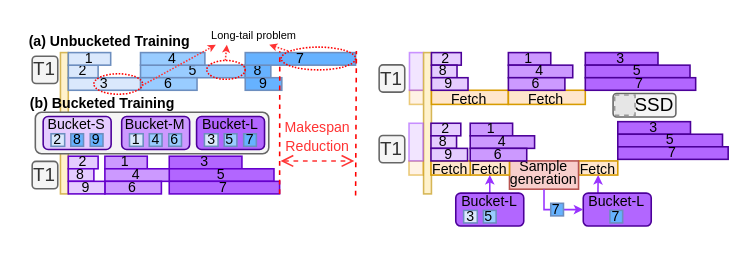
Before: 7.14心脏矢量图/design_slot.drawio in GoodMorningSir/My_drawioPicture, a draw.io diagram. Source tidied: cells renumbered, new cells numbered last; positions are measured from the earlier drawing's top-left corner, leaving out a move shared by most shapes. Both pictures are drawn from the tidied source at 157%, with x=0, y=0 at pixel (27, 27). Pictures stored in the file or linked from it are replaced by grey dashed boxes.
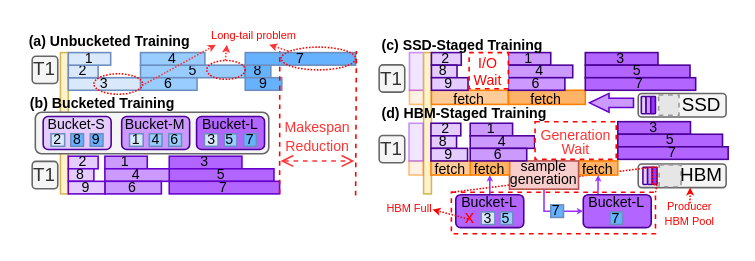
The same diagram, later.

The change refers to these unchanged cells:
```xml
<mxCell id="8" style="group;" parent="1" vertex="1">
  <mxGeometry x="243.3" y="16" width="9" height="33" as="geometry" />
</mxCell>
<mxCell id="80" style="group;" parent="1" vertex="1">
  <mxGeometry x="243" y="61" width="9" height="33" as="geometry" />
</mxCell>
<mxCell id="96" value="&lt;font style=&quot;font-size: 9px;&quot;&gt;Bucket-L&lt;/font&gt;" style="text;html=1;whiteSpace=wrap;strokeColor=none;fillColor=none;align=center;verticalAlign=middle;rounded=0;" parent="94" vertex="1">
  <mxGeometry width="43.3" height="8" as="geometry" />
</mxCell>
<mxCell id="100" style="rounded=1;whiteSpace=wrap;html=1;fontSize=9;strokeColor=#4C0099;fillColor=#B266FF;" parent="99" vertex="1">
  <mxGeometry width="43.3" height="21" as="geometry" />
</mxCell>
<mxCell id="101" value="&lt;font style=&quot;font-size: 9px;&quot;&gt;Bucket-L&lt;/font&gt;" style="text;html=1;whiteSpace=wrap;strokeColor=none;fillColor=none;align=center;verticalAlign=middle;rounded=0;" parent="99" vertex="1">
  <mxGeometry width="43.3" height="8" as="geometry" />
</mxCell>
```

The edit, as a diff of the source:
```diff
@@
+    <mxCell id="105" style="rounded=1;whiteSpace=wrap;html=1;fillColor=#f5f5f5;fontColor=#333333;strokeColor=#666666;" parent="1" vertex="1">
+      <mxGeometry x="389" y="87" width="56" height="15" as="geometry" />
+    </mxCell>
+    <mxCell id="106" style="fillColor=#E6E6E6;strokeColor=#999999;dashed=1;html=1;verticalAlign=top;verticalLabelPosition=bottom;labelBackgroundColor=#ffffff;" parent="1" vertex="1">
+      <mxGeometry x="402.3" y="87.5" width="14" height="14" as="geometry" />
+    </mxCell>
+    <mxCell id="107" value="HBM" style="text;html=1;whiteSpace=wrap;strokeColor=none;fillColor=none;align=center;verticalAlign=middle;rounded=0;" parent="1" vertex="1">
+      <mxGeometry x="415" y="89" width="29" height="10" as="geometry" />
+    </mxCell>
+    <mxCell id="108" style="group;" parent="1" vertex="1">
+      <mxGeometry x="392" y="89" width="9" height="11" as="geometry" />
+    </mxCell>
+    <mxCell id="109" style="rounded=1;whiteSpace=wrap;html=1;fontSize=9;strokeColor=#4C0099;fillColor=#E5CCFF;" parent="108" vertex="1">
+      <mxGeometry width="3" height="11" as="geometry" />
+    </mxCell>
+    <mxCell id="110" style="rounded=1;whiteSpace=wrap;html=1;fontSize=9;strokeColor=#4C0099;fillColor=#CC99FF;" parent="108" vertex="1">
+      <mxGeometry x="3" width="3" height="11" as="geometry" />
+    </mxCell>
+    <mxCell id="111" style="rounded=1;whiteSpace=wrap;html=1;fontSize=9;strokeColor=#4C0099;fillColor=#9933FF;" parent="108" vertex="1">
+      <mxGeometry x="6" width="3" height="11" as="geometry" />
+    </mxCell>
+    <mxCell id="112" style="rounded=1;whiteSpace=wrap;html=1;fontSize=9;strokeColor=#FF0000;fillColor=none;dashed=1;dashPattern=1 1;" parent="108" vertex="1">
+      <mxGeometry x="6" width="3" height="11" as="geometry" />
+    </mxCell>
+    <mxCell id="113" style="endArrow=none;html=1;rounded=0;dashed=1;dashPattern=1 1;strokeColor=#FF0000;" parent="1" edge="1">
+      <mxGeometry relative="1" as="geometry">
+        <mxPoint x="270" y="105" as="sourcePoint" />
+        <mxPoint x="398" y="89" as="targetPoint" />
+      </mxGeometry>
+    </mxCell>
+    <mxCell id="114" style="rounded=0;whiteSpace=wrap;html=1;dashed=1;fillColor=none;strokeColor=#FF0000;" parent="1" vertex="1">
+      <mxGeometry x="270" y="105" width="130" height="26.4" as="geometry" />
+    </mxCell>
-    <mxCell id="2" value="&lt;div style=&quot;line-height: 70%;&quot;&gt;&lt;span style=&quot;font-size: 9px; background-color: transparent; color: light-dark(rgb(0, 0, 0), rgb(255, 255, 255));&quot;&gt;Fetch&lt;/span&gt;&lt;/div&gt;" style="text;html=1;whiteSpace=wrap;strokeColor=#d79b00;fillColor=#ffe6cc;align=center;verticalAlign=middle;rounded=0;" parent="1" vertex="1">
+    <mxCell id="2" value="&lt;div style=&quot;line-height: 70%;&quot;&gt;&lt;span style=&quot;font-size: 9px; background-color: transparent; color: light-dark(rgb(0, 0, 0), rgb(255, 255, 255));&quot;&gt;fetch&lt;/span&gt;&lt;/div&gt;" style="text;html=1;whiteSpace=wrap;strokeColor=#FF8000;fillColor=#FFB366;align=center;verticalAlign=middle;rounded=0;" parent="1" vertex="1">
       <mxGeometry x="351" y="85" width="25" height="9" as="geometry" />
     </mxCell>
-    <mxCell id="3" style="endArrow=classic;html=1;rounded=0;exitX=0.216;exitY=0.02;exitDx=0;exitDy=0;entryX=0.5;entryY=1;entryDx=0;entryDy=0;endSize=3;strokeColor=#9933FF;exitPerimeter=0;" parent="1" edge="1" source="101" target="2">
+    <mxCell id="3" style="endArrow=classic;html=1;rounded=0;exitX=0.216;exitY=0.02;exitDx=0;exitDy=0;entryX=0.5;entryY=1;entryDx=0;entryDy=0;endSize=1;strokeColor=#9933FF;exitPerimeter=0;strokeWidth=1;" parent="1" edge="1" source="101" target="2">
       <mxGeometry relative="1" as="geometry" />
     </mxCell>
-    <mxCell id="4" style="group;" parent="1" vertex="1">
-      <mxGeometry x="307" y="82" width="44" height="21" as="geometry" />
-    </mxCell>
-    <mxCell id="5" value="&lt;div style=&quot;line-height: 70%;&quot;&gt;&lt;br&gt;&lt;/div&gt;" style="text;html=1;whiteSpace=wrap;strokeColor=#b85450;fillColor=#f8cecc;align=center;verticalAlign=middle;rounded=0;" parent="4" vertex="1">
-      <mxGeometry y="3" width="44" height="18" as="geometry" />
-    </mxCell>
-    <mxCell id="6" value="&lt;div style=&quot;line-height: 60%;&quot;&gt;&lt;font style=&quot;font-size: 9px; line-height: 60%;&quot;&gt;Sample&lt;/font&gt;&lt;div&gt;&lt;font style=&quot;font-size: 9px; line-height: 60%;&quot;&gt;generation&lt;/font&gt;&lt;/div&gt;&lt;/div&gt;" style="text;html=1;whiteSpace=wrap;strokeColor=none;fillColor=none;align=center;verticalAlign=middle;rounded=0;" parent="4" vertex="1">
-      <mxGeometry x="1" width="42" height="19" as="geometry" />
-    </mxCell>
-    <mxCell id="7" value="&lt;div style=&quot;line-height: 70%;&quot;&gt;&lt;span style=&quot;font-size: 9px; background-color: transparent; color: light-dark(rgb(0, 0, 0), rgb(255, 255, 255));&quot;&gt;Fetch&lt;/span&gt;&lt;/div&gt;" style="text;html=1;whiteSpace=wrap;strokeColor=#d79b00;fillColor=#ffe6cc;align=center;verticalAlign=middle;rounded=0;" parent="1" vertex="1">
-      <mxGeometry x="282" y="85" width="25" height="9" as="geometry" />
-    </mxCell>
@@
-    <mxCell id="9" value="&lt;div style=&quot;line-height: 70%;&quot;&gt;&lt;br&gt;&lt;/div&gt;" style="text;html=1;whiteSpace=wrap;strokeColor=#d79b00;fillColor=#ffe6cc;align=center;verticalAlign=middle;rounded=0;opacity=50;" parent="8" vertex="1">
+    <mxCell id="9" value="&lt;div style=&quot;line-height: 70%;&quot;&gt;&lt;br&gt;&lt;/div&gt;" style="text;html=1;whiteSpace=wrap;strokeColor=#FF8000;fillColor=#FFE6CC;align=center;verticalAlign=middle;rounded=0;opacity=50;" parent="8" vertex="1">
       <mxGeometry y="24" width="9" height="9" as="geometry" />
     </mxCell>
@@
-    <mxCell id="38" value="Long-tail problem" style="text;html=1;whiteSpace=wrap;strokeColor=none;fillColor=none;align=center;verticalAlign=middle;rounded=0;fontSize=7;" parent="1" vertex="1">
+    <mxCell id="38" value="Long-tail problem" style="text;html=1;whiteSpace=wrap;strokeColor=none;fillColor=none;align=center;verticalAlign=middle;rounded=0;fontSize=7;fontColor=#FF0000;" parent="1" vertex="1">
       <mxGeometry x="115" width="59.3" height="11" as="geometry" />
     </mxCell>
@@
-    <mxCell id="65" value="&lt;div style=&quot;line-height: 70%;&quot;&gt;&lt;span style=&quot;font-size: 9px; background-color: transparent; color: light-dark(rgb(0, 0, 0), rgb(255, 255, 255));&quot;&gt;Fetch&lt;/span&gt;&lt;/div&gt;" style="text;html=1;whiteSpace=wrap;strokeColor=#d79b00;fillColor=#ffe6cc;align=center;verticalAlign=middle;rounded=0;" parent="1" vertex="1">
+    <mxCell id="65" value="&lt;div style=&quot;line-height: 70%;&quot;&gt;&lt;span style=&quot;font-size: 9px; background-color: transparent; color: light-dark(rgb(0, 0, 0), rgb(255, 255, 255));&quot;&gt;fetch&lt;/span&gt;&lt;/div&gt;" style="text;html=1;whiteSpace=wrap;strokeColor=#FF8000;fillColor=#FFCC99;align=center;verticalAlign=middle;rounded=0;" parent="1" vertex="1">
       <mxGeometry x="257.3" y="40" width="49" height="9" as="geometry" />
     </mxCell>
-    <mxCell id="66" value="&lt;div style=&quot;line-height: 70%;&quot;&gt;&lt;span style=&quot;font-size: 9px; background-color: transparent; color: light-dark(rgb(0, 0, 0), rgb(255, 255, 255));&quot;&gt;Fetch&lt;/span&gt;&lt;/div&gt;" style="text;html=1;whiteSpace=wrap;strokeColor=#d79b00;fillColor=#ffe6cc;align=center;verticalAlign=middle;rounded=0;" parent="1" vertex="1">
+    <mxCell id="66" value="&lt;div style=&quot;line-height: 70%;&quot;&gt;&lt;span style=&quot;font-size: 9px; background-color: transparent; color: light-dark(rgb(0, 0, 0), rgb(255, 255, 255));&quot;&gt;fetch&lt;/span&gt;&lt;/div&gt;" style="text;html=1;whiteSpace=wrap;strokeColor=#FF8000;fillColor=#FFB366;align=center;verticalAlign=middle;rounded=0;" parent="1" vertex="1">
       <mxGeometry x="306.3" y="40" width="49" height="9" as="geometry" />
     </mxCell>
@@
-    <mxCell id="76" style="group;" parent="1" vertex="1">
-      <mxGeometry x="373" y="42" width="40" height="15" as="geometry" />
-    </mxCell>
-    <mxCell id="77" style="rounded=1;whiteSpace=wrap;html=1;fillColor=#f5f5f5;fontColor=#333333;strokeColor=#666666;" parent="76" vertex="1">
-      <mxGeometry width="40" height="15" as="geometry" />
-    </mxCell>
-    <mxCell id="78" style="fillColor=#E6E6E6;strokeColor=#999999;dashed=1;verticalLabelPosition=bottom;labelBackgroundColor=default;verticalAlign=top;" parent="76" vertex="1">
-      <mxGeometry x="1" y="1" width="13" height="13" as="geometry" />
-    </mxCell>
-    <mxCell id="79" value="SSD" style="text;html=1;whiteSpace=wrap;strokeColor=none;fillColor=none;align=center;verticalAlign=middle;rounded=0;" parent="76" vertex="1">
-      <mxGeometry x="14" y="2.5" width="25" height="10" as="geometry" />
-    </mxCell>
@@
-    <mxCell id="81" value="&lt;div style=&quot;line-height: 70%;&quot;&gt;&lt;br&gt;&lt;/div&gt;" style="text;html=1;whiteSpace=wrap;strokeColor=#d79b00;fillColor=#ffe6cc;align=center;verticalAlign=middle;rounded=0;opacity=50;" parent="80" vertex="1">
+    <mxCell id="81" value="&lt;div style=&quot;line-height: 70%;&quot;&gt;&lt;br&gt;&lt;/div&gt;" style="text;html=1;whiteSpace=wrap;strokeColor=#FF8000;fillColor=#FFE6CC;align=center;verticalAlign=middle;rounded=0;opacity=50;" parent="80" vertex="1">
       <mxGeometry y="24" width="9" height="9" as="geometry" />
     </mxCell>
@@
-    <mxCell id="83" value="&lt;div style=&quot;line-height: 70%;&quot;&gt;&lt;span style=&quot;font-size: 9px; background-color: transparent; color: light-dark(rgb(0, 0, 0), rgb(255, 255, 255));&quot;&gt;Fetch&lt;/span&gt;&lt;/div&gt;" style="text;html=1;whiteSpace=wrap;strokeColor=#d79b00;fillColor=#ffe6cc;align=center;verticalAlign=middle;rounded=0;" parent="1" vertex="1">
-      <mxGeometry x="257" y="85" width="25" height="9" as="geometry" />
-    </mxCell>
-    <mxCell id="84" value="2" style="rounded=0;whiteSpace=wrap;html=1;fillColor=#E5CCFF;strokeColor=#4C0099;fontSize=9;" parent="1" vertex="1">
-      <mxGeometry x="257" y="61" width="19" height="8" as="geometry" />
-    </mxCell>
-    <mxCell id="85" value="8" style="rounded=0;whiteSpace=wrap;html=1;fillColor=#E5CCFF;strokeColor=#4C0099;fontSize=9;" parent="1" vertex="1">
-      <mxGeometry x="257" y="69" width="16.3" height="8" as="geometry" />
-    </mxCell>
-    <mxCell id="86" value="9" style="rounded=0;whiteSpace=wrap;html=1;fillColor=#E5CCFF;strokeColor=#4C0099;fontSize=9;" parent="1" vertex="1">
-      <mxGeometry x="257" y="77" width="23.3" height="8" as="geometry" />
-    </mxCell>
-    <mxCell id="87" value="1" style="rounded=0;whiteSpace=wrap;html=1;fillColor=#CC99FF;strokeColor=#4C0099;fontSize=9;" parent="1" vertex="1">
-      <mxGeometry x="282" y="61" width="27" height="8" as="geometry" />
-    </mxCell>
-    <mxCell id="88" value="4" style="rounded=0;whiteSpace=wrap;html=1;fillColor=#CC99FF;strokeColor=#4C0099;fontSize=9;" parent="1" vertex="1">
-      <mxGeometry x="282" y="69" width="41" height="8" as="geometry" />
-    </mxCell>
@@
-    <mxCell id="91" value="6" style="rounded=0;whiteSpace=wrap;html=1;fillColor=#CC99FF;strokeColor=#4C0099;fontSize=9;" parent="1" vertex="1">
-      <mxGeometry x="282" y="77" width="36" height="8" as="geometry" />
-    </mxCell>
@@
-    <mxCell id="93" style="endArrow=classic;html=1;rounded=0;exitX=0.5;exitY=0;exitDx=0;exitDy=0;entryX=0.5;entryY=1;entryDx=0;entryDy=0;endSize=3;strokeColor=#9933FF;" parent="1" edge="1" source="96" target="7">
+    <mxCell id="93" style="endArrow=classic;html=1;rounded=0;exitX=0.5;exitY=0;exitDx=0;exitDy=0;entryX=0.5;entryY=1;entryDx=0;entryDy=0;endSize=1;strokeColor=#9933FF;" parent="1" edge="1" source="96" target="7">
       <mxGeometry relative="1" as="geometry" />
     </mxCell>
     <mxCell id="94" style="group;" parent="1" vertex="1">
-      <mxGeometry x="272.8" y="105.5" width="43.3" height="21" as="geometry" />
+      <mxGeometry x="272.8" y="106.5" width="43.3" height="21" as="geometry" />
     </mxCell>
@@
     <mxCell id="97" value="3" style="rounded=0;whiteSpace=wrap;html=1;fillColor=#dae8fc;strokeColor=#6c8ebf;fontSize=9;" parent="94" vertex="1">
-      <mxGeometry x="5" y="11" width="8.7" height="8" as="geometry" />
+      <mxGeometry x="16.2" y="11" width="8.7" height="8" as="geometry" />
     </mxCell>
     <mxCell id="98" value="5" style="rounded=0;whiteSpace=wrap;html=1;fillColor=#99CCFF;strokeColor=#6c8ebf;fontSize=9;" parent="94" vertex="1">
-      <mxGeometry x="17.6" y="11" width="8.1" height="8" as="geometry" />
+      <mxGeometry x="28.2" y="11" width="8.1" height="8" as="geometry" />
     </mxCell>
+    <mxCell id="115" value="x" style="text;html=1;whiteSpace=wrap;strokeColor=none;fillColor=none;align=center;verticalAlign=middle;rounded=0;fontColor=#FF0000;" parent="94" vertex="1">
+      <mxGeometry x="4.2" y="7" width="10" height="14" as="geometry" />
+    </mxCell>
     <mxCell id="99" style="group;" parent="1" vertex="1">
-      <mxGeometry x="354" y="105.5" width="43.3" height="21" as="geometry" />
+      <mxGeometry x="354" y="106.5" width="43.3" height="21" as="geometry" />
     </mxCell>
@@
-    <mxCell id="103" style="endArrow=classic;html=1;rounded=0;exitX=0.5;exitY=1;exitDx=0;exitDy=0;entryX=0;entryY=0.5;entryDx=0;entryDy=0;endSize=3;strokeColor=#9933FF;" parent="1" edge="1" source="5" target="100">
+    <mxCell id="103" style="endArrow=classic;html=1;rounded=0;exitX=0.5;exitY=1;exitDx=0;exitDy=0;entryX=0;entryY=0.5;entryDx=0;entryDy=0;endSize=1;strokeColor=#9933FF;" parent="1" edge="1" source="5" target="100">
       <mxGeometry relative="1" as="geometry">
         <Array as="points">
-          <mxPoint x="329" y="116" />
+          <mxPoint x="329" y="117" />
         </Array>
       </mxGeometry>
     </mxCell>
     <mxCell id="104" value="7" style="rounded=0;whiteSpace=wrap;html=1;fillColor=#66B2FF;strokeColor=#6c8ebf;fontSize=9;" parent="1" vertex="1">
-      <mxGeometry x="333.3" y="112" width="8.1" height="8" as="geometry" />
+      <mxGeometry x="333.3" y="113" width="8.1" height="8" as="geometry" />
     </mxCell>
+    <mxCell id="116" style="group;" parent="1" vertex="1">
+      <mxGeometry x="389" y="42" width="56" height="15" as="geometry" />
+    </mxCell>
+    <mxCell id="117" style="rounded=1;whiteSpace=wrap;html=1;fillColor=#f5f5f5;fontColor=#333333;strokeColor=#666666;" parent="116" vertex="1">
+      <mxGeometry width="56" height="15" as="geometry" />
+    </mxCell>
+    <mxCell id="79" value="SSD" style="text;html=1;whiteSpace=wrap;strokeColor=none;fillColor=none;align=center;verticalAlign=middle;rounded=0;" parent="116" vertex="1">
+      <mxGeometry x="28" y="3" width="25" height="10" as="geometry" />
+    </mxCell>
+    <mxCell id="78" style="fillColor=#E6E6E6;strokeColor=#999999;dashed=1;verticalLabelPosition=bottom;labelBackgroundColor=default;verticalAlign=top;" parent="116" vertex="1">
+      <mxGeometry x="13" y="1" width="13" height="13" as="geometry" />
+    </mxCell>
+    <mxCell id="118" style="group;" parent="116" vertex="1">
+      <mxGeometry x="2" y="2" width="9" height="11" as="geometry" />
+    </mxCell>
+    <mxCell id="119" style="rounded=1;whiteSpace=wrap;html=1;fontSize=9;strokeColor=#4C0099;fillColor=#E5CCFF;" parent="118" vertex="1">
+      <mxGeometry width="3" height="11" as="geometry" />
+    </mxCell>
+    <mxCell id="120" style="rounded=1;whiteSpace=wrap;html=1;fontSize=9;strokeColor=#4C0099;fillColor=#CC99FF;" parent="118" vertex="1">
+      <mxGeometry x="3" width="3" height="11" as="geometry" />
+    </mxCell>
+    <mxCell id="121" style="rounded=1;whiteSpace=wrap;html=1;fontSize=9;strokeColor=#4C0099;fillColor=#9933FF;" parent="118" vertex="1">
+      <mxGeometry x="6" width="3" height="11" as="geometry" />
+    </mxCell>
+    <mxCell id="122" style="endArrow=none;html=1;rounded=0;entryX=1;entryY=1;entryDx=0;entryDy=0;dashed=1;dashPattern=1 1;strokeColor=#FF0000;" parent="1" edge="1" target="112">
+      <mxGeometry relative="1" as="geometry">
+        <mxPoint x="400" y="105" as="sourcePoint" />
+      </mxGeometry>
+    </mxCell>
+    <mxCell id="123" style="shape=singleArrow;direction=west;whiteSpace=wrap;html=1;arrowWidth=0.48963730569948183;arrowSize=0.4428201332346415;strokeColor=#6600CC;fillColor=#CC99FF;" parent="1" vertex="1">
+      <mxGeometry x="358" y="42" width="28" height="12" as="geometry" />
+    </mxCell>
+    <mxCell id="124" value="Producer HBM Pool" style="text;html=1;whiteSpace=wrap;strokeColor=none;fillColor=none;align=center;verticalAlign=middle;rounded=0;fontColor=#FF0000;fontSize=7;" parent="1" vertex="1">
+      <mxGeometry x="400" y="112" width="44" height="14" as="geometry" />
+    </mxCell>
+    <mxCell id="125" style="endArrow=classic;html=1;rounded=0;exitX=0.5;exitY=0;exitDx=0;exitDy=0;entryX=0.591;entryY=0.999;entryDx=0;entryDy=0;entryPerimeter=0;strokeWidth=1;endSize=2;endFill=1;strokeColor=#FF0000;dashed=1;dashPattern=1 1;" parent="1" edge="1" source="124" target="105">
+      <mxGeometry relative="1" as="geometry" />
+    </mxCell>
+    <mxCell id="126" style="endArrow=classic;html=1;rounded=0;endSize=2;strokeColor=#FF0000;dashed=1;dashPattern=1 1;" parent="1" edge="1">
+      <mxGeometry relative="1" as="geometry">
+        <mxPoint x="280.7" y="122" as="sourcePoint" />
+        <mxPoint x="258" y="116" as="targetPoint" />
+      </mxGeometry>
+    </mxCell>
+    <mxCell id="127" value="&lt;font style=&quot;font-size: 7px; color: rgb(255, 0, 0);&quot;&gt;HBM Full&lt;/font&gt;" style="text;html=1;whiteSpace=wrap;strokeColor=none;fillColor=none;align=center;verticalAlign=middle;rounded=0;" parent="1" vertex="1">
+      <mxGeometry x="228" y="108" width="31" height="11" as="geometry" />
+    </mxCell>
+    <mxCell id="4" style="group;" parent="1" vertex="1">
+      <mxGeometry x="307" y="82" width="44" height="21" as="geometry" />
+    </mxCell>
+    <mxCell id="5" value="&lt;div style=&quot;line-height: 70%;&quot;&gt;&lt;br&gt;&lt;/div&gt;" style="text;html=1;whiteSpace=wrap;strokeColor=#b85450;fillColor=#f8cecc;align=center;verticalAlign=middle;rounded=0;" parent="4" vertex="1">
+      <mxGeometry y="3" width="44" height="18" as="geometry" />
+    </mxCell>
+    <mxCell id="6" value="&lt;div style=&quot;line-height: 60%;&quot;&gt;&lt;font style=&quot;font-size: 9px; line-height: 60%;&quot;&gt;sample&lt;/font&gt;&lt;div&gt;&lt;font style=&quot;font-size: 9px; line-height: 60%;&quot;&gt;generation&lt;/font&gt;&lt;/div&gt;&lt;/div&gt;" style="text;html=1;whiteSpace=wrap;strokeColor=none;fillColor=none;align=center;verticalAlign=middle;rounded=0;" parent="4" vertex="1">
+      <mxGeometry x="1" width="42" height="19" as="geometry" />
+    </mxCell>
+    <mxCell id="7" value="&lt;div style=&quot;line-height: 70%;&quot;&gt;&lt;span style=&quot;font-size: 9px; background-color: transparent; color: light-dark(rgb(0, 0, 0), rgb(255, 255, 255));&quot;&gt;fetch&lt;/span&gt;&lt;/div&gt;" style="text;html=1;whiteSpace=wrap;strokeColor=#FF8000;fillColor=#FFB366;align=center;verticalAlign=middle;rounded=0;" parent="1" vertex="1">
+      <mxGeometry x="282" y="85" width="25" height="9" as="geometry" />
+    </mxCell>
+    <mxCell id="83" value="&lt;div style=&quot;line-height: 70%;&quot;&gt;&lt;span style=&quot;font-size: 9px; background-color: transparent; color: light-dark(rgb(0, 0, 0), rgb(255, 255, 255));&quot;&gt;fetch&lt;/span&gt;&lt;/div&gt;" style="text;html=1;whiteSpace=wrap;strokeColor=#FF8000;fillColor=#FFCC99;align=center;verticalAlign=middle;rounded=0;" parent="1" vertex="1">
+      <mxGeometry x="257" y="85" width="25" height="9" as="geometry" />
+    </mxCell>
+    <mxCell id="84" value="2" style="rounded=0;whiteSpace=wrap;html=1;fillColor=#E5CCFF;strokeColor=#4C0099;fontSize=9;" parent="1" vertex="1">
+      <mxGeometry x="257" y="61" width="19" height="8" as="geometry" />
+    </mxCell>
+    <mxCell id="85" value="8" style="rounded=0;whiteSpace=wrap;html=1;fillColor=#E5CCFF;strokeColor=#4C0099;fontSize=9;" parent="1" vertex="1">
+      <mxGeometry x="257" y="69" width="16.3" height="8" as="geometry" />
+    </mxCell>
+    <mxCell id="86" value="9" style="rounded=0;whiteSpace=wrap;html=1;fillColor=#E5CCFF;strokeColor=#4C0099;fontSize=9;" parent="1" vertex="1">
+      <mxGeometry x="257" y="77" width="23.3" height="8" as="geometry" />
+    </mxCell>
+    <mxCell id="87" value="1" style="rounded=0;whiteSpace=wrap;html=1;fillColor=#CC99FF;strokeColor=#4C0099;fontSize=9;" parent="1" vertex="1">
+      <mxGeometry x="282" y="61" width="27" height="8" as="geometry" />
+    </mxCell>
+    <mxCell id="88" value="4" style="rounded=0;whiteSpace=wrap;html=1;fillColor=#CC99FF;strokeColor=#4C0099;fontSize=9;" parent="1" vertex="1">
+      <mxGeometry x="282" y="69" width="41" height="8" as="geometry" />
+    </mxCell>
+    <mxCell id="91" value="6" style="rounded=0;whiteSpace=wrap;html=1;fillColor=#CC99FF;strokeColor=#4C0099;fontSize=9;" parent="1" vertex="1">
+      <mxGeometry x="282" y="77" width="36" height="8" as="geometry" />
+    </mxCell>
+    <mxCell id="128" style="rounded=0;whiteSpace=wrap;html=1;fillColor=default;dashed=1;strokeColor=#FF0000;" parent="1" vertex="1">
+      <mxGeometry x="323.3" y="60" width="51.7" height="24" as="geometry" />
+    </mxCell>
+    <mxCell id="129" value="&lt;div style=&quot;line-height: 100%;&quot;&gt;&lt;span style=&quot;color: rgb(255, 51, 51);&quot;&gt;Generation Wait&lt;/span&gt;&lt;/div&gt;" style="text;html=1;whiteSpace=wrap;strokeColor=none;fillColor=none;align=center;verticalAlign=middle;rounded=0;fontSize=9;" parent="1" vertex="1">
+      <mxGeometry x="322" y="67" width="55" height="12" as="geometry" />
+    </mxCell>
+    <mxCell id="130" value="&lt;font style=&quot;color: rgb(255, 0, 0);&quot;&gt;I/O Wait&lt;/font&gt;" style="rounded=0;whiteSpace=wrap;html=1;fillColor=default;dashed=1;strokeColor=#FF0000;fontSize=9;" parent="1" vertex="1">
+      <mxGeometry x="281.3" y="16" width="25" height="23" as="geometry" />
+    </mxCell>
+    <mxCell id="131" value="&lt;font style=&quot;font-size: 9px;&quot;&gt;(c) SSD-Staged Training&lt;/font&gt;" style="text;html=1;whiteSpace=wrap;strokeColor=none;fillColor=none;align=left;verticalAlign=middle;rounded=0;fontStyle=1;fontSize=10;" parent="1" vertex="1">
+      <mxGeometry x="224" y="3" width="148" height="15" as="geometry" />
+    </mxCell>
+    <mxCell id="132" value="&lt;font style=&quot;font-size: 9px;&quot;&gt;(d) HBM-Staged Training&lt;/font&gt;" style="text;html=1;whiteSpace=wrap;strokeColor=none;fillColor=none;align=left;verticalAlign=middle;rounded=0;fontStyle=1;" parent="1" vertex="1">
+      <mxGeometry x="224" y="46" width="190" height="15" as="geometry" />
+    </mxCell>
```
